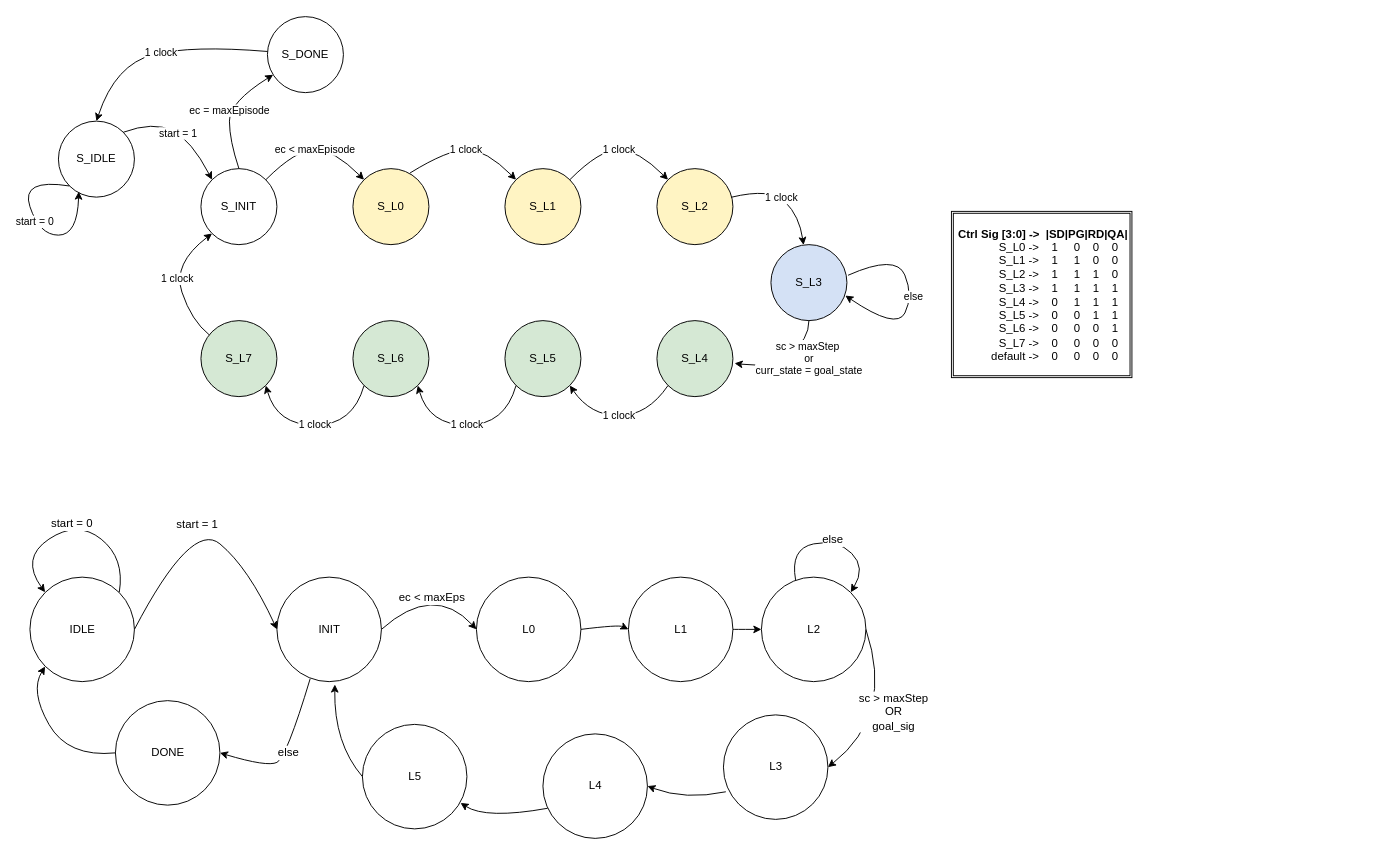
zulfikarna/intelight keeps this draw.io diagram as page "FSM_c2" (3 of 7) of intelight.drawio. Above is the earlier version. Source tidied: cells renumbered, new cells numbered last; positions are measured from the earlier drawing's top-left corner, leaving out a move shared by most shapes. Both pictures are drawn from the tidied source at 95%, with x=0, y=0 at pixel (20, 16).
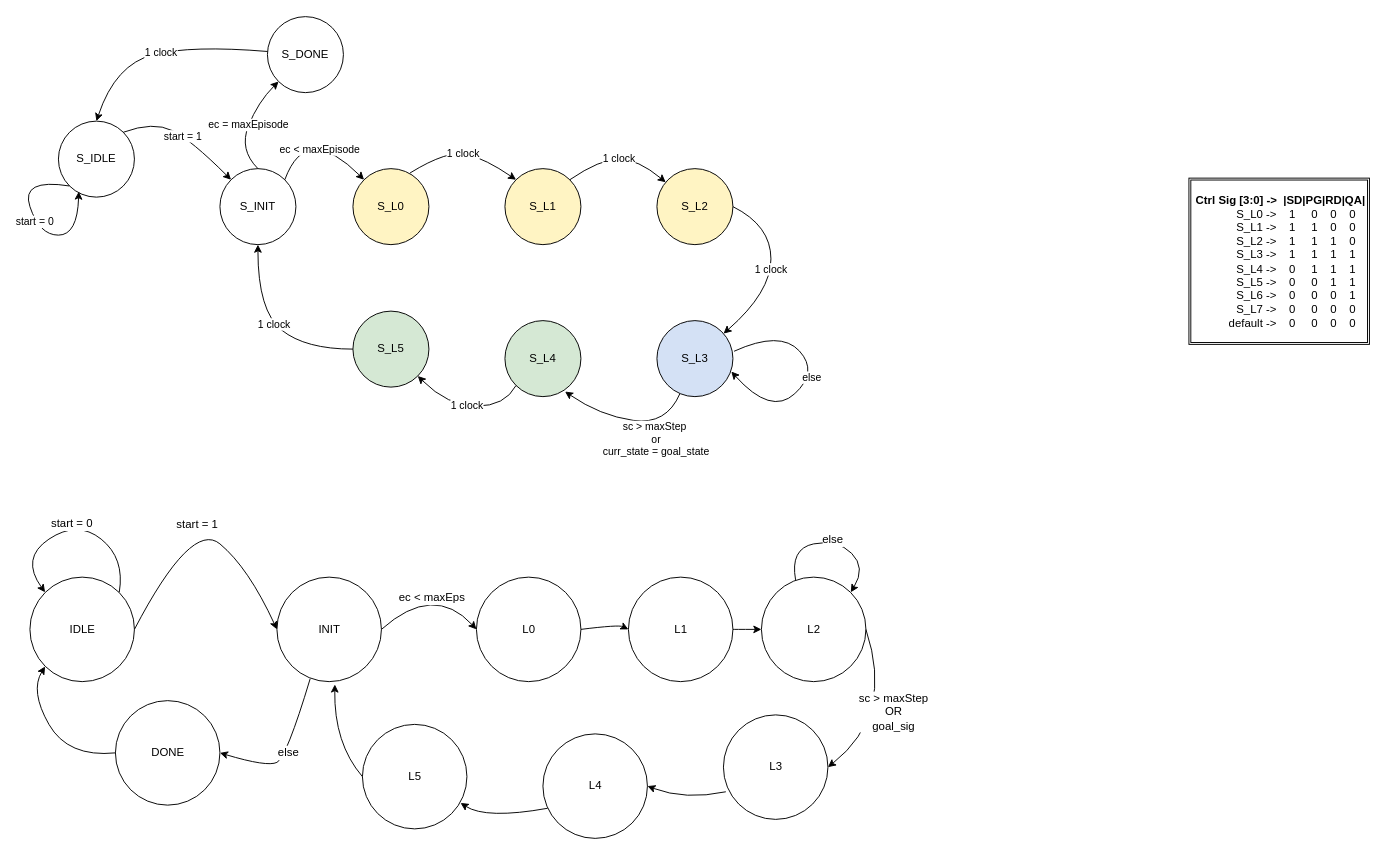
Above is the later version.

Unchanged cells that the change refers to:
```xml
<mxCell id="8" value="S_L0" style="ellipse;whiteSpace=wrap;html=1;fillColor=#FFF4C3;" parent="1" vertex="1">
  <mxGeometry x="350" y="160" width="80" height="80" as="geometry" />
</mxCell>
<mxCell id="10" value="S_L1" style="ellipse;whiteSpace=wrap;html=1;fillColor=#FFF4C3;" parent="1" vertex="1">
  <mxGeometry x="510" y="160" width="80" height="80" as="geometry" />
</mxCell>
<mxCell id="12" value="S_L2" style="ellipse;whiteSpace=wrap;html=1;fillColor=#FFF4C3;" parent="1" vertex="1">
  <mxGeometry x="670" y="160" width="80" height="80" as="geometry" />
</mxCell>
<mxCell id="46" value="S_DONE" style="ellipse;whiteSpace=wrap;html=1;" parent="1" vertex="1">
  <mxGeometry x="260" width="80" height="80" as="geometry" />
</mxCell>
```

Change to the diagram source:
```diff
@@
     <mxCell id="4" value="S_INIT" style="ellipse;whiteSpace=wrap;html=1;" parent="1" vertex="1">
-      <mxGeometry x="190" y="160" width="80" height="80" as="geometry" />
+      <mxGeometry x="210" y="160" width="80" height="80" as="geometry" />
     </mxCell>
@@
     <mxCell id="14" value="S_L3" style="ellipse;whiteSpace=wrap;html=1;fillColor=#D4E1F5;" parent="1" vertex="1">
-      <mxGeometry x="790" y="240" width="80" height="80" as="geometry" />
+      <mxGeometry x="670" y="320" width="80" height="80" as="geometry" />
     </mxCell>
@@
     <mxCell id="16" value="S_L4" style="ellipse;whiteSpace=wrap;html=1;fillColor=#D5E8D4;" parent="1" vertex="1">
-      <mxGeometry x="670" y="320" width="80" height="80" as="geometry" />
+      <mxGeometry x="510" y="320" width="80" height="80" as="geometry" />
     </mxCell>
@@
     <mxCell id="18" value="S_L5" style="ellipse;whiteSpace=wrap;html=1;fillColor=#D5E8D4;" parent="1" vertex="1">
-      <mxGeometry x="510" y="320" width="80" height="80" as="geometry" />
+      <mxGeometry x="350" y="310" width="80" height="80" as="geometry" />
     </mxCell>
@@
-    <mxCell id="20" value="S_L6" style="ellipse;whiteSpace=wrap;html=1;fillColor=#D5E8D4;" parent="1" vertex="1">
-      <mxGeometry x="350" y="320" width="80" height="80" as="geometry" />
-    </mxCell>
@@
-    <mxCell id="22" value="S_L7" style="ellipse;whiteSpace=wrap;html=1;fillColor=#D5E8D4;" parent="1" vertex="1">
-      <mxGeometry x="190" y="320" width="80" height="80" as="geometry" />
-    </mxCell>
@@
     <mxCell id="29" value="1 clock" style="curved=1;endArrow=classic;html=1;rounded=0;exitX=0.752;exitY=0.057;exitDx=0;exitDy=0;entryX=0;entryY=0;entryDx=0;entryDy=0;exitPerimeter=0;" parent="1" edge="1" source="8" target="10">
       <mxGeometry relative="1" as="geometry">
         <Array as="points">
           <mxPoint x="450" y="140" />
-          <mxPoint x="490" y="140" />
+          <mxPoint x="490" y="150" />
         </Array>
       </mxGeometry>
     </mxCell>
@@
     <mxCell id="31" value="1 clock" style="curved=1;endArrow=classic;html=1;rounded=0;exitX=1;exitY=0;exitDx=0;exitDy=0;" parent="1" edge="1" source="10" target="12">
       <mxGeometry relative="1" as="geometry">
         <Array as="points">
-          <mxPoint x="609.8" y="140" />
-          <mxPoint x="649.8" y="140" />
+          <mxPoint x="610" y="150" />
+          <mxPoint x="650" y="150" />
         </Array>
       </mxGeometry>
     </mxCell>
@@
-    <mxCell id="33" value="1 clock" style="curved=1;endArrow=classic;html=1;rounded=0;exitX=0.977;exitY=0.377;exitDx=0;exitDy=0;exitPerimeter=0;" parent="1" edge="1" source="12" target="14">
+    <mxCell id="33" value="1 clock" style="curved=1;endArrow=classic;html=1;rounded=0;exitX=1;exitY=0.5;exitDx=0;exitDy=0;" parent="1" edge="1" source="12" target="14">
       <mxGeometry relative="1" as="geometry">
         <Array as="points">
-          <mxPoint x="790" y="180" />
-          <mxPoint x="820" y="210" />
+          <mxPoint x="790" y="220" />
+          <mxPoint x="790" y="290" />
         </Array>
       </mxGeometry>
     </mxCell>
@@
-    <mxCell id="35" value="&lt;span style=&quot;color: rgb(0 , 0 , 0) ; font-size: 11px ; font-style: normal ; font-weight: 400 ; letter-spacing: normal ; text-align: center ; text-indent: 0px ; text-transform: none ; word-spacing: 0px ; background-color: rgb(255 , 255 , 255) ; font-family: &amp;#34;helvetica&amp;#34; ; display: inline ; float: none&quot;&gt;sc &amp;gt; maxStep&amp;nbsp;&lt;/span&gt;&lt;br style=&quot;color: rgb(0 , 0 , 0) ; font-size: 11px ; font-style: normal ; font-weight: 400 ; letter-spacing: normal ; text-align: center ; text-indent: 0px ; text-transform: none ; word-spacing: 0px ; font-family: &amp;#34;helvetica&amp;#34;&quot;&gt;&lt;span style=&quot;color: rgb(0 , 0 , 0) ; font-size: 11px ; font-style: normal ; font-weight: 400 ; letter-spacing: normal ; text-align: center ; text-indent: 0px ; text-transform: none ; word-spacing: 0px ; background-color: rgb(255 , 255 , 255) ; font-family: &amp;#34;helvetica&amp;#34; ; display: inline ; float: none&quot;&gt;or&lt;/span&gt;&lt;br style=&quot;color: rgb(0 , 0 , 0) ; font-size: 11px ; font-style: normal ; font-weight: 400 ; letter-spacing: normal ; text-align: center ; text-indent: 0px ; text-transform: none ; word-spacing: 0px ; font-family: &amp;#34;helvetica&amp;#34;&quot;&gt;&lt;span style=&quot;color: rgb(0 , 0 , 0) ; font-size: 11px ; font-style: normal ; font-weight: 400 ; letter-spacing: normal ; text-align: center ; text-indent: 0px ; text-transform: none ; word-spacing: 0px ; background-color: rgb(255 , 255 , 255) ; font-family: &amp;#34;helvetica&amp;#34; ; display: inline ; float: none&quot;&gt;curr_state = goal_state&lt;/span&gt;" style="curved=1;endArrow=classic;html=1;rounded=0;exitX=0.5;exitY=1;exitDx=0;exitDy=0;entryX=1.022;entryY=0.562;entryDx=0;entryDy=0;entryPerimeter=0;" parent="1" edge="1" source="14" target="16">
+    <mxCell id="35" value="&lt;span style=&quot;color: rgb(0 , 0 , 0) ; font-size: 11px ; font-style: normal ; font-weight: 400 ; letter-spacing: normal ; text-align: center ; text-indent: 0px ; text-transform: none ; word-spacing: 0px ; background-color: rgb(255 , 255 , 255) ; font-family: &amp;#34;helvetica&amp;#34; ; display: inline ; float: none&quot;&gt;sc &amp;gt; maxStep&amp;nbsp;&lt;/span&gt;&lt;br style=&quot;color: rgb(0 , 0 , 0) ; font-size: 11px ; font-style: normal ; font-weight: 400 ; letter-spacing: normal ; text-align: center ; text-indent: 0px ; text-transform: none ; word-spacing: 0px ; font-family: &amp;#34;helvetica&amp;#34;&quot;&gt;&lt;span style=&quot;color: rgb(0 , 0 , 0) ; font-size: 11px ; font-style: normal ; font-weight: 400 ; letter-spacing: normal ; text-align: center ; text-indent: 0px ; text-transform: none ; word-spacing: 0px ; background-color: rgb(255 , 255 , 255) ; font-family: &amp;#34;helvetica&amp;#34; ; display: inline ; float: none&quot;&gt;or&lt;/span&gt;&lt;br style=&quot;color: rgb(0 , 0 , 0) ; font-size: 11px ; font-style: normal ; font-weight: 400 ; letter-spacing: normal ; text-align: center ; text-indent: 0px ; text-transform: none ; word-spacing: 0px ; font-family: &amp;#34;helvetica&amp;#34;&quot;&gt;&lt;span style=&quot;color: rgb(0 , 0 , 0) ; font-size: 11px ; font-style: normal ; font-weight: 400 ; letter-spacing: normal ; text-align: center ; text-indent: 0px ; text-transform: none ; word-spacing: 0px ; background-color: rgb(255 , 255 , 255) ; font-family: &amp;#34;helvetica&amp;#34; ; display: inline ; float: none&quot;&gt;curr_state = goal_state&lt;/span&gt;" style="curved=1;endArrow=classic;html=1;rounded=0;entryX=0.791;entryY=0.933;entryDx=0;entryDy=0;entryPerimeter=0;" parent="1" edge="1" source="14" target="16">
       <mxGeometry x="-0.41" y="16" relative="1" as="geometry">
         <Array as="points">
-          <mxPoint x="830" y="340" />
-          <mxPoint x="790" y="370" />
+          <mxPoint x="680" y="430" />
+          <mxPoint x="610" y="420" />
         </Array>
       </mxGeometry>
     </mxCell>
@@
     <mxCell id="37" value="1 clock" style="curved=1;endArrow=classic;html=1;rounded=0;exitX=0;exitY=1;exitDx=0;exitDy=0;entryX=1;entryY=1;entryDx=0;entryDy=0;" parent="1" edge="1" source="16" target="18">
       <mxGeometry relative="1" as="geometry">
         <Array as="points">
-          <mxPoint x="660" y="420" />
-          <mxPoint x="600" y="420" />
+          <mxPoint x="510" y="410" />
+          <mxPoint x="450" y="410" />
         </Array>
       </mxGeometry>
     </mxCell>
@@
-    <mxCell id="39" value="1 clock" style="curved=1;endArrow=classic;html=1;rounded=0;exitX=0;exitY=1;exitDx=0;exitDy=0;entryX=1;entryY=1;entryDx=0;entryDy=0;" parent="1" edge="1" source="18" target="20">
+    <mxCell id="39" value="1 clock" style="curved=1;endArrow=classic;html=1;rounded=0;exitX=0;exitY=0.5;exitDx=0;exitDy=0;entryX=0.5;entryY=1;entryDx=0;entryDy=0;" parent="1" edge="1" source="18" target="4">
       <mxGeometry relative="1" as="geometry">
         <Array as="points">
-          <mxPoint x="510" y="430" />
-          <mxPoint x="430" y="430" />
+          <mxPoint x="300" y="350" />
+          <mxPoint x="250" y="310" />
         </Array>
       </mxGeometry>
     </mxCell>
@@
-    <mxCell id="41" value="1 clock" style="curved=1;endArrow=classic;html=1;rounded=0;exitX=0;exitY=1;exitDx=0;exitDy=0;entryX=1;entryY=1;entryDx=0;entryDy=0;" parent="1" edge="1" source="20" target="22">
-      <mxGeometry relative="1" as="geometry">
-        <Array as="points">
-          <mxPoint x="350" y="430" />
-          <mxPoint x="270" y="430" />
-        </Array>
-      </mxGeometry>
-    </mxCell>
@@
-    <mxCell id="43" value="1 clock" style="curved=1;endArrow=classic;html=1;rounded=0;entryX=0;entryY=1;entryDx=0;entryDy=0;" parent="1" edge="1" source="22" target="4">
-      <mxGeometry relative="1" as="geometry">
-        <Array as="points">
-          <mxPoint x="180" y="320" />
-          <mxPoint x="160" y="260" />
-        </Array>
-      </mxGeometry>
-    </mxCell>
@@
     <mxCell id="45" value="ec = maxEpisode" style="curved=1;endArrow=classic;html=1;rounded=0;exitX=0.5;exitY=0;exitDx=0;exitDy=0;" parent="1" edge="1" source="4" target="46">
       <mxGeometry relative="1" as="geometry">
         <Array as="points">
-          <mxPoint x="220" y="130" />
-          <mxPoint x="220" y="90" />
+          <mxPoint x="230" y="140" />
+          <mxPoint x="250" y="90" />
         </Array>
       </mxGeometry>
     </mxCell>
@@
     <mxCell id="47" value="else" style="curved=1;endArrow=classic;html=1;rounded=0;exitX=1.015;exitY=0.403;exitDx=0;exitDy=0;exitPerimeter=0;entryX=0.979;entryY=0.67;entryDx=0;entryDy=0;entryPerimeter=0;" parent="1" edge="1" source="14" target="14">
       <mxGeometry relative="1" as="geometry">
         <Array as="points">
-          <mxPoint x="921.8" y="249.8" />
-          <mxPoint x="940" y="294" />
-          <mxPoint x="922" y="330" />
+          <mxPoint x="800" y="330" />
+          <mxPoint x="840" y="374" />
+          <mxPoint x="790" y="420" />
         </Array>
       </mxGeometry>
     </mxCell>
@@
     <mxCell id="49" value="&lt;b&gt;Ctrl Sig [3:0] -&amp;gt;&amp;nbsp; |SD|PG|RD|QA|&lt;/b&gt;&lt;br&gt;S_L0 -&amp;gt;&amp;nbsp; &amp;nbsp; 1&amp;nbsp; &amp;nbsp; &amp;nbsp;0&amp;nbsp; &amp;nbsp; 0&amp;nbsp; &amp;nbsp; 0&amp;nbsp; &amp;nbsp;&lt;br&gt;S_L1 -&amp;gt;&amp;nbsp; &amp;nbsp; 1&amp;nbsp; &amp;nbsp; &amp;nbsp;1&amp;nbsp; &amp;nbsp; 0&amp;nbsp; &amp;nbsp; 0&amp;nbsp; &amp;nbsp;&lt;br&gt;S_L2 -&amp;gt;&amp;nbsp; &amp;nbsp; 1&amp;nbsp; &amp;nbsp; &amp;nbsp;1&amp;nbsp; &amp;nbsp; 1&amp;nbsp; &amp;nbsp; 0&amp;nbsp; &amp;nbsp;&lt;br&gt;S_L3 -&amp;gt;&amp;nbsp; &amp;nbsp; 1&amp;nbsp; &amp;nbsp; &amp;nbsp;1&amp;nbsp; &amp;nbsp; 1&amp;nbsp; &amp;nbsp; 1&amp;nbsp; &amp;nbsp;&lt;br&gt;S_L4 -&amp;gt;&amp;nbsp; &amp;nbsp; 0&amp;nbsp; &amp;nbsp; &amp;nbsp;1&amp;nbsp; &amp;nbsp; 1&amp;nbsp; &amp;nbsp; 1&amp;nbsp; &amp;nbsp;&lt;br&gt;S_L5 -&amp;gt;&amp;nbsp; &amp;nbsp; 0&amp;nbsp; &amp;nbsp; &amp;nbsp;0&amp;nbsp; &amp;nbsp; 1&amp;nbsp; &amp;nbsp; 1&amp;nbsp; &amp;nbsp;&lt;br&gt;S_L6 -&amp;gt;&amp;nbsp; &amp;nbsp; 0&amp;nbsp; &amp;nbsp; &amp;nbsp;0&amp;nbsp; &amp;nbsp; 0&amp;nbsp; &amp;nbsp; 1&amp;nbsp; &amp;nbsp;&lt;br&gt;S_L7 -&amp;gt;&amp;nbsp; &amp;nbsp; 0&amp;nbsp; &amp;nbsp; &amp;nbsp;0&amp;nbsp; &amp;nbsp; 0&amp;nbsp; &amp;nbsp; 0&amp;nbsp; &amp;nbsp;&lt;br&gt;default -&amp;gt;&amp;nbsp; &amp;nbsp; 0&amp;nbsp; &amp;nbsp; &amp;nbsp;0&amp;nbsp; &amp;nbsp; 0&amp;nbsp; &amp;nbsp; 0&amp;nbsp; &amp;nbsp;" style="shape=ext;double=1;rounded=0;whiteSpace=wrap;html=1;fillColor=#FFFFFF;align=right;" parent="1" vertex="1">
-      <mxGeometry x="980" y="205" width="190" height="175" as="geometry" />
+      <mxGeometry x="1230" y="170" width="190" height="175" as="geometry" />
     </mxCell>
```
